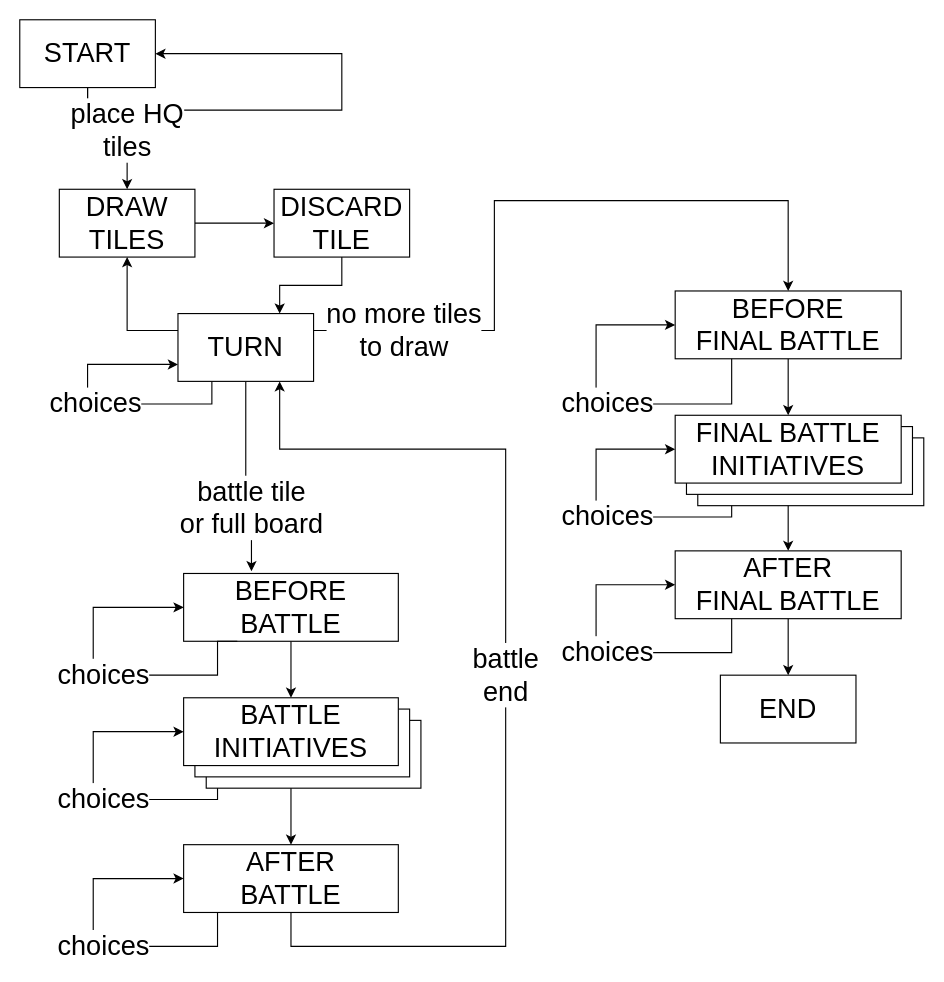
This is doc/game-state-machine.drawio from phoe-trash/nervous-island, a draw.io file, before an edit. Source tidied: cells renumbered, new cells numbered last; positions are measured from the earlier drawing's top-left corner, leaving out a move shared by most shapes. Both pictures are drawn from the tidied source at 113%, with x=0, y=0 at pixel (19, 19).
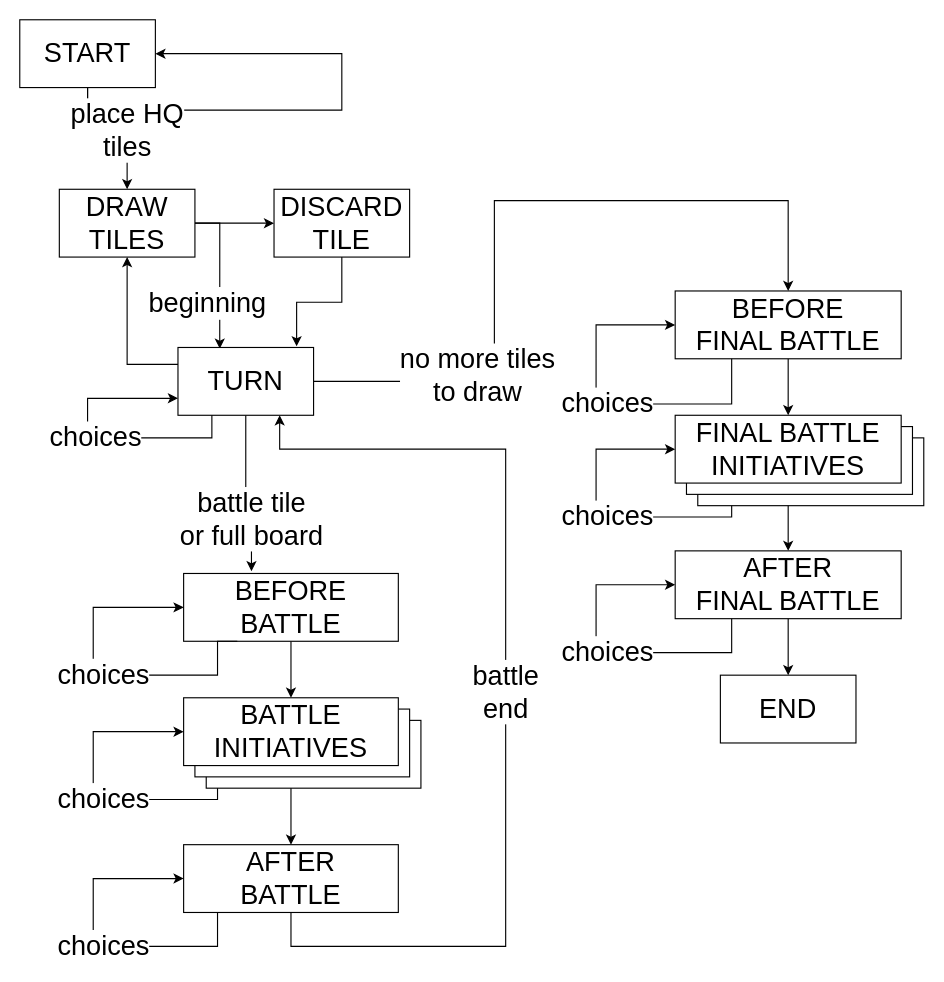
Above is the later version.

Commit message (it also covers changes not shown here):
Better state machine

The change refers to these unchanged cells:
```xml
<mxCell id="16" value="DRAW TILES" style="rounded=0;whiteSpace=wrap;html=1;fontSize=24;" parent="1" vertex="1">
  <mxGeometry x="35" y="150" width="120" height="60" as="geometry" />
</mxCell>
<mxCell id="25" value="BEFORE&lt;br&gt;FINAL BATTLE" style="rounded=0;whiteSpace=wrap;html=1;fontSize=24;" parent="1" vertex="1">
  <mxGeometry x="580" y="240" width="200" height="60" as="geometry" />
</mxCell>
<mxCell id="33" value="DISCARD TILE" style="rounded=0;whiteSpace=wrap;html=1;fontSize=24;" parent="1" vertex="1">
  <mxGeometry x="225" y="150" width="120" height="60" as="geometry" />
</mxCell>
```

What changed in the source:
```diff
@@
-    <mxCell id="13" value="no more tiles&lt;br&gt;to draw" style="edgeStyle=orthogonalEdgeStyle;rounded=0;jettySize=auto;html=1;labelBackgroundColor=#ffffff;fontSize=24;exitX=1;exitY=0.25;exitDx=0;exitDy=0;" parent="1" edge="1" source="35" target="25">
-      <mxGeometry x="-0.74" relative="1" as="geometry">
+    <mxCell id="13" value="no more tiles&lt;br&gt;to draw" style="edgeStyle=orthogonalEdgeStyle;rounded=0;jettySize=auto;html=1;labelBackgroundColor=#ffffff;fontSize=24;exitX=1;exitY=0.5;exitDx=0;exitDy=0;" parent="1" edge="1" source="35" target="25">
+      <mxGeometry x="-0.56" y="5" relative="1" as="geometry">
         <Array as="points">
-          <mxPoint x="420" y="275" />
+          <mxPoint x="420" y="320" />
           <mxPoint x="420" y="160" />
           <mxPoint x="680" y="160" />
         </Array>
       </mxGeometry>
     </mxCell>
@@
+    <mxCell id="37" value="beginning" style="edgeStyle=orthogonalEdgeStyle;rounded=0;jettySize=auto;html=1;exitX=1;exitY=0.5;exitDx=0;exitDy=0;entryX=0.308;entryY=0.017;entryDx=0;entryDy=0;entryPerimeter=0;labelBackgroundColor=#ffffff;fontSize=24;" parent="1" edge="1" source="16" target="35">
+      <mxGeometry x="0.4" y="-11" relative="1" as="geometry" />
+    </mxCell>
@@
-    <mxCell id="32" style="edgeStyle=orthogonalEdgeStyle;rounded=0;jettySize=auto;html=1;exitX=0.5;exitY=1;exitDx=0;exitDy=0;entryX=0.75;entryY=0;entryDx=0;entryDy=0;labelBackgroundColor=#ffffff;fontSize=24;" parent="1" edge="1" source="33" target="35">
-      <mxGeometry relative="1" as="geometry" />
+    <mxCell id="32" style="edgeStyle=orthogonalEdgeStyle;rounded=0;jettySize=auto;html=1;exitX=0.5;exitY=1;exitDx=0;exitDy=0;labelBackgroundColor=#ffffff;fontSize=24;entryX=0.875;entryY=-0.017;entryDx=0;entryDy=0;entryPerimeter=0;" parent="1" edge="1" source="33" target="35">
+      <mxGeometry relative="1" as="geometry">
+        <Array as="points">
+          <mxPoint x="285" y="250" />
+          <mxPoint x="245" y="250" />
+        </Array>
+      </mxGeometry>
     </mxCell>
@@
     <mxCell id="35" value="TURN" style="rounded=0;whiteSpace=wrap;html=1;fontSize=24;" parent="1" vertex="1">
-      <mxGeometry x="140" y="260" width="120" height="60" as="geometry" />
+      <mxGeometry x="140" y="290" width="120" height="60" as="geometry" />
     </mxCell>
     <mxCell id="36" value="choices" style="edgeStyle=orthogonalEdgeStyle;rounded=0;orthogonalLoop=1;jettySize=auto;html=1;exitX=0.25;exitY=1;exitDx=0;exitDy=0;entryX=0;entryY=0.75;entryDx=0;entryDy=0;labelBackgroundColor=#ffffff;fontSize=24;" parent="1" edge="1" source="35" target="35">
       <mxGeometry relative="1" as="geometry">
         <Array as="points">
-          <mxPoint x="170" y="340" />
-          <mxPoint x="60" y="340" />
-          <mxPoint x="60" y="305" />
+          <mxPoint x="170" y="370" />
+          <mxPoint x="60" y="370" />
+          <mxPoint x="60" y="335" />
         </Array>
       </mxGeometry>
     </mxCell>
```
